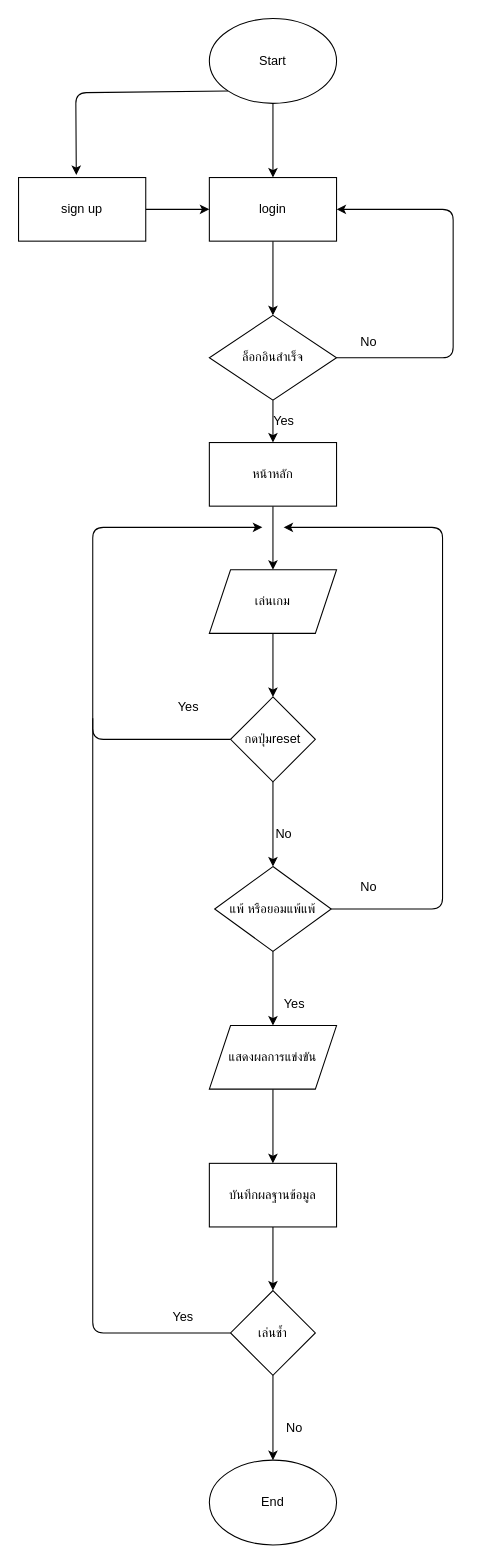
Earlier version of the draw.io diagram Diagrams/Flowchart.drawio (paowick/ChessButEbay). Source tidied: cells renumbered, new cells numbered last; positions are measured from the earlier drawing's top-left corner, leaving out a move shared by most shapes. Both pictures are drawn from the tidied source at 106%, with x=0, y=0 at pixel (18, 18).
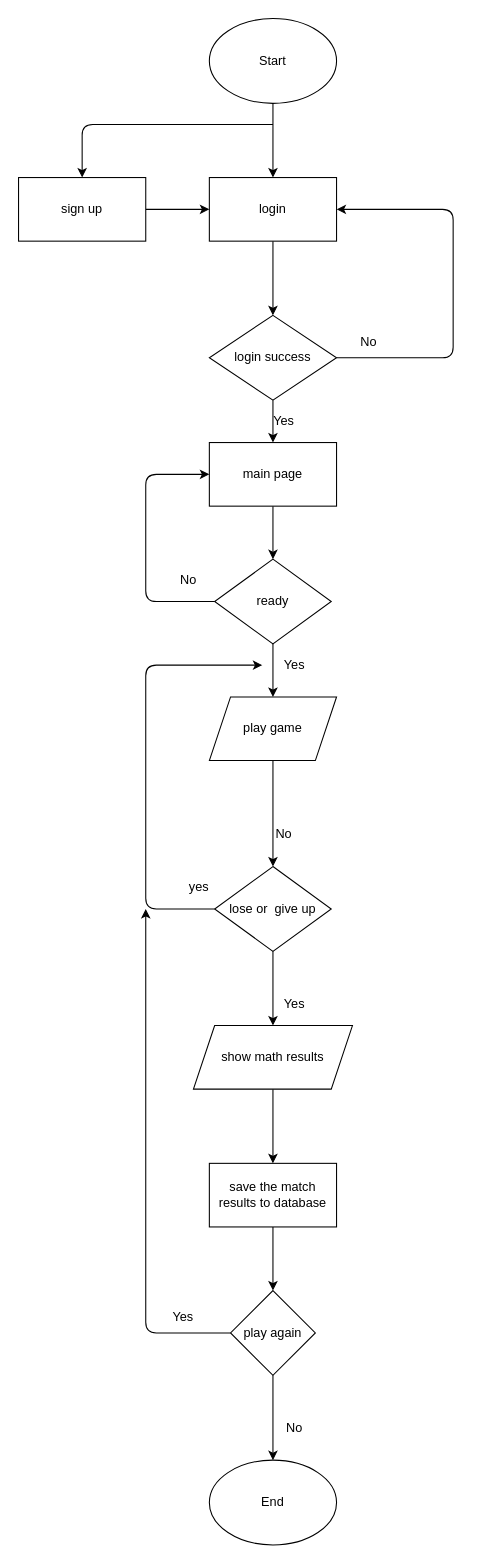
After the change.

Unchanged cells that the change refers to:
```xml
<mxCell id="4" value="Start" style="ellipse;whiteSpace=wrap;html=1;" parent="1" vertex="1">
  <mxGeometry x="180" width="120" height="80" as="geometry" />
</mxCell>
<mxCell id="37" value="sign up" style="rounded=0;whiteSpace=wrap;html=1;" parent="1" vertex="1">
  <mxGeometry y="150" width="120" height="60" as="geometry" />
</mxCell>
```

Change to the diagram source:
```diff
@@
-    <mxCell id="3" style="edgeStyle=none;html=1;exitX=0;exitY=1;exitDx=0;exitDy=0;entryX=0.454;entryY=-0.039;entryDx=0;entryDy=0;entryPerimeter=0;endArrow=classic;endFill=1;" parent="1" edge="1" source="4" target="37">
+    <mxCell id="3" style="edgeStyle=none;html=1;endArrow=classic;endFill=1;" parent="1" edge="1" target="37">
       <mxGeometry relative="1" as="geometry">
+        <mxPoint x="240" y="100" as="sourcePoint" />
         <Array as="points">
-          <mxPoint x="54" y="70" />
+          <mxPoint x="60" y="100" />
         </Array>
       </mxGeometry>
     </mxCell>
@@
-    <mxCell id="9" value="ล็อกอินสำเร็จ" style="rhombus;whiteSpace=wrap;html=1;" parent="1" vertex="1">
+    <mxCell id="9" value="login success" style="rhombus;whiteSpace=wrap;html=1;" parent="1" vertex="1">
       <mxGeometry x="180" y="280" width="120" height="80" as="geometry" />
     </mxCell>
-    <mxCell id="10" style="edgeStyle=none;html=1;" parent="1" edge="1" source="11" target="19">
-      <mxGeometry relative="1" as="geometry" />
-    </mxCell>
+    <mxCell id="38" style="edgeStyle=none;html=1;" parent="1" edge="1" source="11" target="44">
+      <mxGeometry relative="1" as="geometry" />
+    </mxCell>
-    <mxCell id="11" value="หน้าหลัก" style="rounded=0;whiteSpace=wrap;html=1;" parent="1" vertex="1">
+    <mxCell id="11" value="main page" style="rounded=0;whiteSpace=wrap;html=1;" parent="1" vertex="1">
       <mxGeometry x="180" y="400" width="120" height="60" as="geometry" />
     </mxCell>
-    <mxCell id="12" style="edgeStyle=none;html=1;" parent="1" edge="1" source="14" target="17">
-      <mxGeometry relative="1" as="geometry" />
-    </mxCell>
-    <mxCell id="13" style="edgeStyle=none;html=1;exitX=0;exitY=0.5;exitDx=0;exitDy=0;" parent="1" edge="1" source="14">
-      <mxGeometry relative="1" as="geometry">
-        <mxPoint x="230" y="480" as="targetPoint" />
-        <Array as="points">
-          <mxPoint x="70" y="680" />
-          <mxPoint x="70" y="480" />
-        </Array>
-      </mxGeometry>
-    </mxCell>
-    <mxCell id="14" value="กดปุ่มreset" style="rhombus;whiteSpace=wrap;html=1;" parent="1" vertex="1">
-      <mxGeometry x="200" y="640" width="80" height="80" as="geometry" />
-    </mxCell>
@@
-    <mxCell id="16" style="edgeStyle=none;html=1;exitX=1;exitY=0.5;exitDx=0;exitDy=0;endArrow=classic;endFill=1;" parent="1" edge="1" source="17">
-      <mxGeometry relative="1" as="geometry">
-        <mxPoint x="250" y="480" as="targetPoint" />
-        <Array as="points">
-          <mxPoint x="400" y="840" />
-          <mxPoint x="400" y="480" />
-        </Array>
-      </mxGeometry>
-    </mxCell>
+    <mxCell id="39" style="edgeStyle=none;html=1;" parent="1" edge="1" source="17">
+      <mxGeometry relative="1" as="geometry">
+        <mxPoint x="230" y="610" as="targetPoint" />
+        <Array as="points">
+          <mxPoint x="120" y="840" />
+          <mxPoint x="120" y="610" />
+        </Array>
+      </mxGeometry>
+    </mxCell>
-    <mxCell id="17" value="แพ้ หรือยอมแพ้แพ้" style="rhombus;whiteSpace=wrap;html=1;" parent="1" vertex="1">
+    <mxCell id="17" value="lose or&amp;nbsp; give up" style="rhombus;whiteSpace=wrap;html=1;" parent="1" vertex="1">
       <mxGeometry x="185" y="800" width="110" height="80" as="geometry" />
     </mxCell>
-    <mxCell id="18" style="edgeStyle=none;html=1;" parent="1" edge="1" source="19" target="14">
-      <mxGeometry relative="1" as="geometry" />
-    </mxCell>
+    <mxCell id="40" style="edgeStyle=none;html=1;entryX=0.5;entryY=0;entryDx=0;entryDy=0;" parent="1" edge="1" source="19" target="17">
+      <mxGeometry relative="1" as="geometry" />
+    </mxCell>
-    <mxCell id="19" value="เล่นเกม" style="shape=parallelogram;perimeter=parallelogramPerimeter;whiteSpace=wrap;html=1;fixedSize=1;" parent="1" vertex="1">
-      <mxGeometry x="180" y="520" width="120" height="60" as="geometry" />
+    <mxCell id="19" value="play game" style="shape=parallelogram;perimeter=parallelogramPerimeter;whiteSpace=wrap;html=1;fixedSize=1;" parent="1" vertex="1">
+      <mxGeometry x="180" y="640" width="120" height="60" as="geometry" />
     </mxCell>
@@
-    <mxCell id="21" value="แสดงผลการแข่งขัน" style="shape=parallelogram;perimeter=parallelogramPerimeter;whiteSpace=wrap;html=1;fixedSize=1;" parent="1" vertex="1">
-      <mxGeometry x="180" y="950" width="120" height="60" as="geometry" />
+    <mxCell id="21" value="show math results" style="shape=parallelogram;perimeter=parallelogramPerimeter;whiteSpace=wrap;html=1;fixedSize=1;" parent="1" vertex="1">
+      <mxGeometry x="165" y="950" width="150" height="60" as="geometry" />
     </mxCell>
@@
-    <mxCell id="23" value="บันทีกผลฐานข้อมูล" style="rounded=0;whiteSpace=wrap;html=1;" parent="1" vertex="1">
+    <mxCell id="23" value="save the match results to database" style="rounded=0;whiteSpace=wrap;html=1;" parent="1" vertex="1">
       <mxGeometry x="180" y="1080" width="120" height="60" as="geometry" />
     </mxCell>
@@
-    <mxCell id="25" style="edgeStyle=none;html=1;exitX=0;exitY=0.5;exitDx=0;exitDy=0;endArrow=none;endFill=0;" parent="1" edge="1" source="26">
-      <mxGeometry relative="1" as="geometry">
-        <mxPoint x="70" y="660" as="targetPoint" />
-        <Array as="points">
-          <mxPoint x="70" y="1240" />
-        </Array>
-      </mxGeometry>
-    </mxCell>
+    <mxCell id="41" style="edgeStyle=none;html=1;" parent="1" edge="1" source="26">
+      <mxGeometry relative="1" as="geometry">
+        <mxPoint x="120" y="840" as="targetPoint" />
+        <Array as="points">
+          <mxPoint x="120" y="1240" />
+        </Array>
+      </mxGeometry>
+    </mxCell>
-    <mxCell id="26" value="เล่นช้ำ" style="rhombus;whiteSpace=wrap;html=1;" parent="1" vertex="1">
+    <mxCell id="26" value="play again" style="rhombus;whiteSpace=wrap;html=1;" parent="1" vertex="1">
       <mxGeometry x="200" y="1200" width="80" height="80" as="geometry" />
     </mxCell>
@@
-    <mxCell id="33" value="Yes" style="text;html=1;align=center;verticalAlign=middle;strokeColor=none;fillColor=none;" parent="1" vertex="1">
-      <mxGeometry x="140" y="635" width="40" height="30" as="geometry" />
-    </mxCell>
@@
-    <mxCell id="35" value="No" style="text;html=1;align=center;verticalAlign=middle;strokeColor=none;fillColor=none;" parent="1" vertex="1">
-      <mxGeometry x="310" y="805" width="40" height="30" as="geometry" />
-    </mxCell>
@@
+    <mxCell id="42" style="edgeStyle=none;html=1;" parent="1" edge="1" source="44" target="19">
+      <mxGeometry relative="1" as="geometry" />
+    </mxCell>
+    <mxCell id="43" style="edgeStyle=none;html=1;entryX=0;entryY=0.5;entryDx=0;entryDy=0;" parent="1" edge="1" source="44" target="11">
+      <mxGeometry relative="1" as="geometry">
+        <Array as="points">
+          <mxPoint x="120" y="550" />
+          <mxPoint x="120" y="430" />
+        </Array>
+      </mxGeometry>
+    </mxCell>
+    <mxCell id="44" value="ready" style="rhombus;whiteSpace=wrap;html=1;" parent="1" vertex="1">
+      <mxGeometry x="185" y="510" width="110" height="80" as="geometry" />
+    </mxCell>
+    <mxCell id="33" value="Yes" style="text;html=1;align=center;verticalAlign=middle;strokeColor=none;fillColor=none;" parent="1" vertex="1">
+      <mxGeometry x="240" y="595" width="40" height="30" as="geometry" />
+    </mxCell>
+    <mxCell id="35" value="No" style="text;html=1;align=center;verticalAlign=middle;strokeColor=none;fillColor=none;" parent="1" vertex="1">
+      <mxGeometry x="140" y="515" width="40" height="30" as="geometry" />
+    </mxCell>
+    <mxCell id="45" value="yes" style="text;html=1;align=center;verticalAlign=middle;strokeColor=none;fillColor=none;" parent="1" vertex="1">
+      <mxGeometry x="150" y="805" width="40" height="30" as="geometry" />
+    </mxCell>
```
